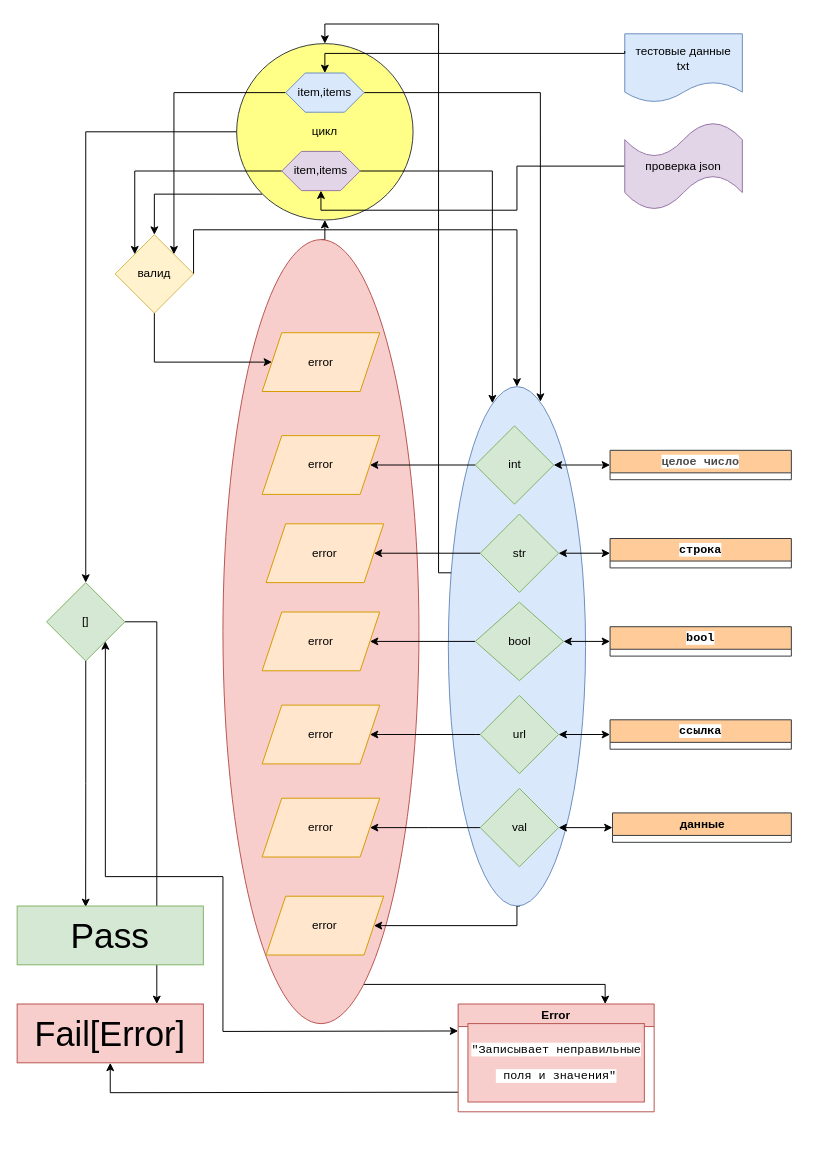
Before: Practika15/practika15_2.drawio in KonstantinS007/PythonProject, a draw.io diagram. Source tidied: cells renumbered, new cells numbered last; positions are measured from the earlier drawing's top-left corner, leaving out a move shared by most shapes. Both pictures are drawn from the tidied source at 98%, with x=0, y=0 at pixel (17, 24).
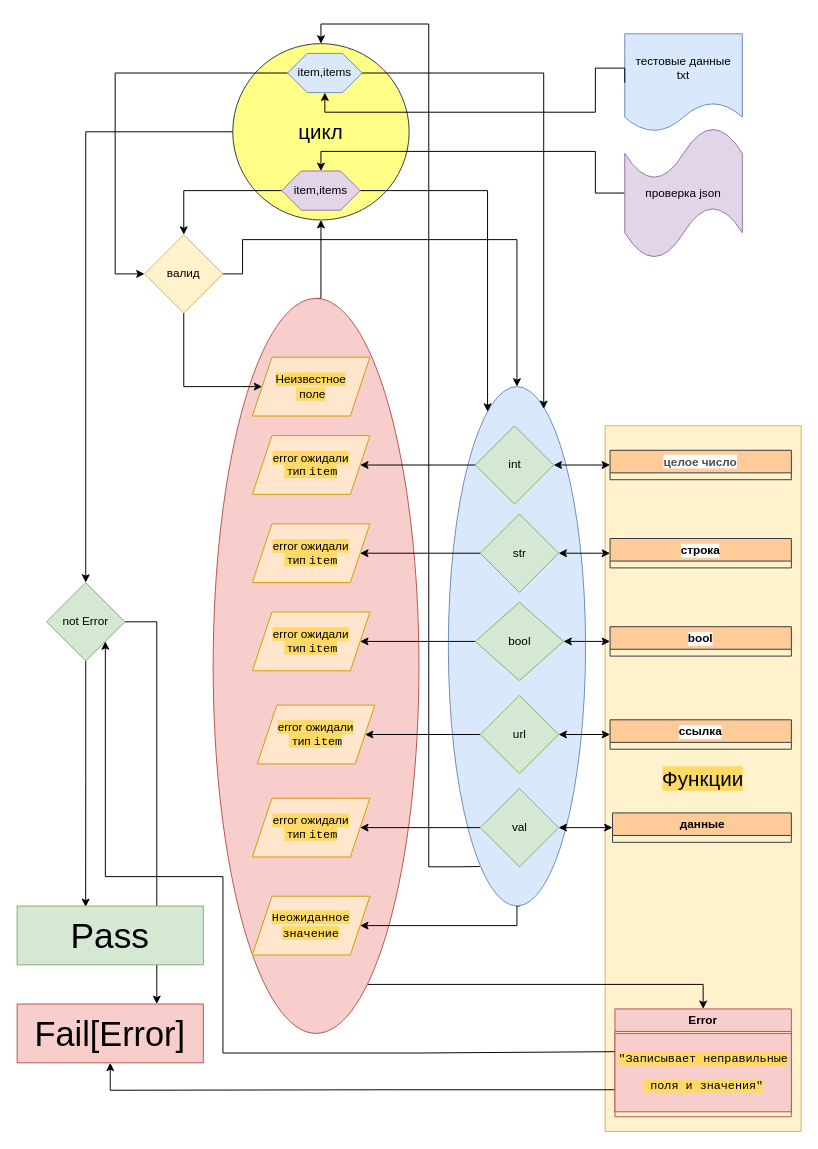
After the change.

The change refers to these unchanged cells:
```xml
<mxCell id="6" style="ellipse;whiteSpace=wrap;html=1;fillColor=#dae8fc;strokeColor=#6c8ebf;" parent="1" vertex="1">
  <mxGeometry x="440" y="370" width="140" height="530" as="geometry" />
</mxCell>
<mxCell id="31" value="&lt;font style=&quot;font-size: 35px;&quot;&gt;Fail[Error]&lt;/font&gt;" style="rounded=0;whiteSpace=wrap;html=1;fillColor=#f8cecc;strokeColor=#b85450;" parent="1" vertex="1">
  <mxGeometry y="1000" width="190" height="60" as="geometry" />
</mxCell>
```

Diff of the diagram source:
```diff
@@
+    <mxCell id="62" value="Функции" style="rounded=0;whiteSpace=wrap;html=1;labelBackgroundColor=#FFD966;fontFamily=Helvetica;fontSize=21;fillColor=#fff2cc;strokeColor=#d6b656;" parent="1" vertex="1">
+      <mxGeometry x="600" y="410" width="200" height="720" as="geometry" />
+    </mxCell>
-    <mxCell id="2" style="edgeStyle=orthogonalEdgeStyle;rounded=0;jettySize=auto;html=1;entryX=0.75;entryY=0;entryDx=0;entryDy=0;" parent="1" edge="1" source="4" target="47">
+    <mxCell id="2" style="edgeStyle=orthogonalEdgeStyle;rounded=0;jettySize=auto;html=1;entryX=0.5;entryY=0;entryDx=0;entryDy=0;" parent="1" edge="1" source="4" target="47">
       <mxGeometry relative="1" as="geometry">
         <Array as="points">
-          <mxPoint x="600" y="980" />
+          <mxPoint x="700" y="980" />
         </Array>
       </mxGeometry>
     </mxCell>
     <mxCell id="3" style="edgeStyle=orthogonalEdgeStyle;rounded=0;jettySize=auto;html=1;exitX=0.5;exitY=0;exitDx=0;exitDy=0;entryX=0.5;entryY=1;entryDx=0;entryDy=0;" parent="1" edge="1" source="4" target="25">
-      <mxGeometry relative="1" as="geometry" />
+      <mxGeometry relative="1" as="geometry">
+        <Array as="points">
+          <mxPoint x="310" y="280" />
+        </Array>
+      </mxGeometry>
     </mxCell>
     <mxCell id="4" style="ellipse;whiteSpace=wrap;html=1;fillColor=#f8cecc;strokeColor=#b85450;" parent="1" vertex="1">
-      <mxGeometry x="210" y="220" width="200" height="800" as="geometry" />
+      <mxGeometry x="200" y="280" width="210" height="750" as="geometry" />
     </mxCell>
@@
-    <mxCell id="7" style="edgeStyle=orthogonalEdgeStyle;rounded=0;jettySize=auto;html=1;entryX=0.5;entryY=0;entryDx=0;entryDy=0;" parent="1" edge="1" source="6" target="25">
-      <mxGeometry relative="1" as="geometry">
-        <Array as="points">
-          <mxPoint x="430" y="560" />
-          <mxPoint x="430" />
-          <mxPoint x="314" />
-        </Array>
-      </mxGeometry>
-    </mxCell>
     <mxCell id="8" value="тестовые данные&lt;br&gt;txt" style="shape=document;whiteSpace=wrap;html=1;boundedLbl=1;fillColor=#dae8fc;strokeColor=#6c8ebf;" parent="1" vertex="1">
-      <mxGeometry x="620" y="10" width="120" height="70" as="geometry" />
+      <mxGeometry x="620" y="10" width="120" height="100" as="geometry" />
     </mxCell>
     <mxCell id="9" style="edgeStyle=orthogonalEdgeStyle;rounded=0;jettySize=auto;html=1;exitX=0.5;exitY=1;exitDx=0;exitDy=0;entryX=0;entryY=0.5;entryDx=0;entryDy=0;" parent="1" edge="1" source="11" target="26">
       <mxGeometry relative="1" as="geometry">
         <Array as="points">
-          <mxPoint x="140" y="345" />
+          <mxPoint x="170" y="370" />
         </Array>
       </mxGeometry>
     </mxCell>
     <mxCell id="10" style="edgeStyle=orthogonalEdgeStyle;rounded=0;jettySize=auto;html=1;exitX=1;exitY=0.5;exitDx=0;exitDy=0;entryX=0.5;entryY=0;entryDx=0;entryDy=0;" parent="1" edge="1" source="11" target="6">
       <mxGeometry relative="1" as="geometry">
         <Array as="points">
-          <mxPoint x="294" y="210" />
-          <mxPoint x="710" y="210" />
+          <mxPoint x="230" y="255" />
+          <mxPoint x="230" y="220" />
+          <mxPoint x="510" y="220" />
         </Array>
       </mxGeometry>
     </mxCell>
     <mxCell id="11" value="валид" style="rhombus;whiteSpace=wrap;html=1;fillColor=#fff2cc;strokeColor=#d6b656;" parent="1" vertex="1">
-      <mxGeometry x="100" y="215" width="80" height="80" as="geometry" />
+      <mxGeometry x="130" y="215" width="80" height="80" as="geometry" />
     </mxCell>
@@
-    <mxCell id="20" value="error" style="shape=parallelogram;perimeter=parallelogramPerimeter;whiteSpace=wrap;html=1;fixedSize=1;fillColor=#ffe6cc;strokeColor=#d79b00;" parent="1" vertex="1">
-      <mxGeometry x="254" y="510" width="120" height="60" as="geometry" />
+    <mxCell id="20" value="&lt;span style=&quot;background-color: rgb(255, 217, 102);&quot;&gt;error&amp;nbsp;ожидали&lt;br style=&quot;border-color: var(--border-color);&quot;&gt;&amp;nbsp;тип&amp;nbsp;&lt;span style=&quot;border-color: var(--border-color); font-family: &amp;quot;JetBrains Mono&amp;quot;, monospace;&quot;&gt;item&lt;/span&gt;&lt;/span&gt;" style="shape=parallelogram;perimeter=parallelogramPerimeter;whiteSpace=wrap;html=1;fixedSize=1;fillColor=#ffe6cc;strokeColor=#d79b00;" parent="1" vertex="1">
+      <mxGeometry x="240" y="510" width="120" height="60" as="geometry" />
     </mxCell>
-    <mxCell id="21" value="error" style="shape=parallelogram;perimeter=parallelogramPerimeter;whiteSpace=wrap;html=1;fixedSize=1;fillColor=#ffe6cc;strokeColor=#d79b00;" parent="1" vertex="1">
-      <mxGeometry x="250" y="695" width="120" height="60" as="geometry" />
+    <mxCell id="21" value="&lt;span style=&quot;background-color: rgb(255, 217, 102);&quot;&gt;error&amp;nbsp;ожидали&lt;br style=&quot;border-color: var(--border-color);&quot;&gt;&amp;nbsp;тип&amp;nbsp;&lt;span style=&quot;border-color: var(--border-color); font-family: &amp;quot;JetBrains Mono&amp;quot;, monospace;&quot;&gt;item&lt;/span&gt;&lt;/span&gt;" style="shape=parallelogram;perimeter=parallelogramPerimeter;whiteSpace=wrap;html=1;fixedSize=1;fillColor=#ffe6cc;strokeColor=#d79b00;" parent="1" vertex="1">
+      <mxGeometry x="245" y="695" width="120" height="60" as="geometry" />
     </mxCell>
-    <mxCell id="22" value="error" style="shape=parallelogram;perimeter=parallelogramPerimeter;whiteSpace=wrap;html=1;fixedSize=1;fillColor=#ffe6cc;strokeColor=#d79b00;" parent="1" vertex="1">
-      <mxGeometry x="250" y="790" width="120" height="60" as="geometry" />
+    <mxCell id="22" value="&lt;span style=&quot;background-color: rgb(255, 217, 102);&quot;&gt;error&amp;nbsp;ожидали&lt;br style=&quot;border-color: var(--border-color);&quot;&gt;&amp;nbsp;тип&amp;nbsp;&lt;span style=&quot;border-color: var(--border-color); font-family: &amp;quot;JetBrains Mono&amp;quot;, monospace;&quot;&gt;item&lt;/span&gt;&lt;/span&gt;" style="shape=parallelogram;perimeter=parallelogramPerimeter;whiteSpace=wrap;html=1;fixedSize=1;fillColor=#ffe6cc;strokeColor=#d79b00;" parent="1" vertex="1">
+      <mxGeometry x="240" y="790" width="120" height="60" as="geometry" />
     </mxCell>
@@
-    <mxCell id="24" style="edgeStyle=orthogonalEdgeStyle;rounded=0;jettySize=auto;html=1;exitX=0;exitY=1;exitDx=0;exitDy=0;entryX=0.5;entryY=0;entryDx=0;entryDy=0;" parent="1" edge="1" source="25" target="11">
-      <mxGeometry relative="1" as="geometry" />
-    </mxCell>
-    <mxCell id="25" value="цикл" style="ellipse;whiteSpace=wrap;html=1;fillColor=#ffff88;strokeColor=#36393d;" parent="1" vertex="1">
-      <mxGeometry x="224" y="20" width="180" height="180" as="geometry" />
+    <mxCell id="25" value="&lt;font style=&quot;font-size: 21px;&quot;&gt;цикл&lt;/font&gt;" style="ellipse;whiteSpace=wrap;html=1;fillColor=#ffff88;strokeColor=#36393d;" parent="1" vertex="1">
+      <mxGeometry x="220" y="20" width="180" height="180" as="geometry" />
     </mxCell>
-    <mxCell id="26" value="error" style="shape=parallelogram;perimeter=parallelogramPerimeter;whiteSpace=wrap;html=1;fixedSize=1;fillColor=#ffe6cc;strokeColor=#d79b00;" parent="1" vertex="1">
-      <mxGeometry x="250" y="315" width="120" height="60" as="geometry" />
+    <mxCell id="26" value="&lt;span style=&quot;background-color: rgb(255, 217, 102);&quot;&gt;Неизвестное&lt;br&gt;&amp;nbsp;поле&lt;/span&gt;" style="shape=parallelogram;perimeter=parallelogramPerimeter;whiteSpace=wrap;html=1;fixedSize=1;fillColor=#ffe6cc;strokeColor=#d79b00;" parent="1" vertex="1">
+      <mxGeometry x="240" y="340" width="120" height="60" as="geometry" />
     </mxCell>
@@
-    <mxCell id="29" value="[]" style="rhombus;whiteSpace=wrap;html=1;fillColor=#d5e8d4;strokeColor=#82b366;" parent="1" vertex="1">
+    <mxCell id="29" value="not Error" style="rhombus;whiteSpace=wrap;html=1;fillColor=#d5e8d4;strokeColor=#82b366;" parent="1" vertex="1">
       <mxGeometry x="30" y="570" width="80" height="80" as="geometry" />
     </mxCell>
@@
-    <mxCell id="32" style="edgeStyle=orthogonalEdgeStyle;rounded=0;jettySize=auto;html=1;exitX=0;exitY=0.5;exitDx=0;exitDy=0;exitPerimeter=0;entryX=0.5;entryY=1;entryDx=0;entryDy=0;" parent="1" edge="1" source="33" target="40">
+    <mxCell id="32" style="edgeStyle=orthogonalEdgeStyle;rounded=0;jettySize=auto;html=1;exitX=0;exitY=0.5;exitDx=0;exitDy=0;exitPerimeter=0;entryX=0.5;entryY=0;entryDx=0;entryDy=0;" parent="1" edge="1" source="33" target="40">
       <mxGeometry relative="1" as="geometry">
         <Array as="points">
-          <mxPoint x="510" y="145" />
-          <mxPoint x="510" y="190" />
-          <mxPoint x="310" y="190" />
+          <mxPoint x="590" y="173" />
+          <mxPoint x="590" y="130" />
+          <mxPoint x="310" y="130" />
         </Array>
       </mxGeometry>
     </mxCell>
     <mxCell id="33" value="проверка json" style="shape=tape;whiteSpace=wrap;html=1;fillColor=#e1d5e7;strokeColor=#9673a6;" parent="1" vertex="1">
-      <mxGeometry x="620" y="100" width="120" height="90" as="geometry" />
+      <mxGeometry x="620" y="105" width="120" height="135" as="geometry" />
     </mxCell>
-    <mxCell id="34" value="error" style="shape=parallelogram;perimeter=parallelogramPerimeter;whiteSpace=wrap;html=1;fixedSize=1;fillColor=#ffe6cc;strokeColor=#d79b00;" parent="1" vertex="1">
-      <mxGeometry x="254" y="890" width="120" height="60" as="geometry" />
+    <mxCell id="34" value="&lt;span style=&quot;background-color: rgb(255, 217, 102);&quot;&gt;&lt;span style=&quot;font-family: &amp;quot;JetBrains Mono&amp;quot;, monospace;&quot;&gt;Неожиданное значение&lt;/span&gt;&lt;/span&gt;" style="shape=parallelogram;perimeter=parallelogramPerimeter;whiteSpace=wrap;html=1;fixedSize=1;fillColor=#ffe6cc;strokeColor=#d79b00;" parent="1" vertex="1">
+      <mxGeometry x="240" y="890" width="120" height="60" as="geometry" />
     </mxCell>
-    <mxCell id="35" style="edgeStyle=orthogonalEdgeStyle;rounded=0;jettySize=auto;html=1;exitX=0;exitY=0.5;exitDx=0;exitDy=0;entryX=1;entryY=0;entryDx=0;entryDy=0;" parent="1" edge="1" source="37" target="11">
-      <mxGeometry relative="1" as="geometry" />
+    <mxCell id="35" style="edgeStyle=orthogonalEdgeStyle;rounded=0;jettySize=auto;html=1;exitX=0;exitY=0.5;exitDx=0;exitDy=0;entryX=0;entryY=0.5;entryDx=0;entryDy=0;" parent="1" edge="1" source="37" target="11">
+      <mxGeometry relative="1" as="geometry">
+        <Array as="points">
+          <mxPoint x="100" y="50" />
+          <mxPoint x="100" y="255" />
+        </Array>
+      </mxGeometry>
     </mxCell>
-    <mxCell id="36" style="edgeStyle=orthogonalEdgeStyle;rounded=0;jettySize=auto;html=1;exitX=1;exitY=0.5;exitDx=0;exitDy=0;entryX=0.671;entryY=0.029;entryDx=0;entryDy=0;entryPerimeter=0;" parent="1" edge="1" source="37" target="6">
+    <mxCell id="36" style="edgeStyle=orthogonalEdgeStyle;rounded=0;jettySize=auto;html=1;exitX=1;exitY=0.5;exitDx=0;exitDy=0;entryX=0.695;entryY=0.043;entryDx=0;entryDy=0;entryPerimeter=0;fontFamily=Helvetica;fontSize=21;fontColor=#000000;" parent="1" edge="1" source="37" target="6">
       <mxGeometry relative="1" as="geometry">
         <Array as="points">
-          <mxPoint x="534" y="70" />
+          <mxPoint x="537" y="50" />
         </Array>
       </mxGeometry>
     </mxCell>
     <mxCell id="37" value="item,items" style="shape=hexagon;perimeter=hexagonPerimeter2;whiteSpace=wrap;html=1;fixedSize=1;fillColor=#dae8fc;strokeColor=#6c8ebf;" parent="1" vertex="1">
-      <mxGeometry x="274" y="50" width="80" height="40" as="geometry" />
+      <mxGeometry x="276" y="30" width="76" height="40" as="geometry" />
     </mxCell>
-    <mxCell id="38" style="edgeStyle=orthogonalEdgeStyle;rounded=0;jettySize=auto;html=1;exitX=0;exitY=0.5;exitDx=0;exitDy=0;entryX=0;entryY=0;entryDx=0;entryDy=0;" parent="1" edge="1" source="40" target="11">
+    <mxCell id="38" style="edgeStyle=orthogonalEdgeStyle;rounded=0;jettySize=auto;html=1;exitX=0;exitY=0.5;exitDx=0;exitDy=0;entryX=0.5;entryY=0;entryDx=0;entryDy=0;" parent="1" edge="1" source="40" target="11">
       <mxGeometry relative="1" as="geometry">
         <Array as="points">
-          <mxPoint x="120" y="150" />
+          <mxPoint x="170" y="170" />
         </Array>
       </mxGeometry>
     </mxCell>
-    <mxCell id="39" style="edgeStyle=orthogonalEdgeStyle;rounded=0;jettySize=auto;html=1;exitX=1;exitY=0.5;exitDx=0;exitDy=0;entryX=0.321;entryY=0.032;entryDx=0;entryDy=0;entryPerimeter=0;" parent="1" edge="1" source="40" target="6">
+    <mxCell id="39" style="edgeStyle=orthogonalEdgeStyle;rounded=0;jettySize=auto;html=1;exitX=1;exitY=0.5;exitDx=0;exitDy=0;fontFamily=Helvetica;fontSize=35;fontColor=#000000;" parent="1" edge="1" source="40" target="6">
       <mxGeometry relative="1" as="geometry">
         <Array as="points">
-          <mxPoint x="485" y="150" />
+          <mxPoint x="480" y="170" />
         </Array>
       </mxGeometry>
     </mxCell>
     <mxCell id="40" value="item,items" style="shape=hexagon;perimeter=hexagonPerimeter2;whiteSpace=wrap;html=1;fixedSize=1;fillColor=#e1d5e7;strokeColor=#9673a6;" parent="1" vertex="1">
-      <mxGeometry x="270" y="130" width="80" height="40" as="geometry" />
+      <mxGeometry x="270" y="150" width="80" height="40" as="geometry" />
     </mxCell>
@@
-    <mxCell id="44" value="error" style="shape=parallelogram;perimeter=parallelogramPerimeter;whiteSpace=wrap;html=1;fixedSize=1;fillColor=#ffe6cc;strokeColor=#d79b00;" parent="1" vertex="1">
-      <mxGeometry x="250" y="600" width="120" height="60" as="geometry" />
+    <mxCell id="44" value="&lt;span style=&quot;background-color: rgb(255, 217, 102);&quot;&gt;error&amp;nbsp;ожидали&lt;br style=&quot;border-color: var(--border-color);&quot;&gt;&amp;nbsp;тип&amp;nbsp;&lt;span style=&quot;border-color: var(--border-color); font-family: &amp;quot;JetBrains Mono&amp;quot;, monospace;&quot;&gt;item&lt;/span&gt;&lt;/span&gt;" style="shape=parallelogram;perimeter=parallelogramPerimeter;whiteSpace=wrap;html=1;fixedSize=1;fillColor=#ffe6cc;strokeColor=#d79b00;" parent="1" vertex="1">
+      <mxGeometry x="240" y="600" width="120" height="60" as="geometry" />
     </mxCell>
-    <mxCell id="45" value="error" style="shape=parallelogram;perimeter=parallelogramPerimeter;whiteSpace=wrap;html=1;fixedSize=1;fillColor=#ffe6cc;strokeColor=#d79b00;" parent="1" vertex="1">
-      <mxGeometry x="250" y="420" width="120" height="60" as="geometry" />
+    <mxCell id="45" value="&lt;span style=&quot;background-color: rgb(255, 217, 102);&quot;&gt;error&amp;nbsp;ожидали&lt;br style=&quot;border-color: var(--border-color);&quot;&gt;&amp;nbsp;тип&amp;nbsp;&lt;span style=&quot;border-color: var(--border-color); font-family: &amp;quot;JetBrains Mono&amp;quot;, monospace;&quot;&gt;item&lt;/span&gt;&lt;/span&gt;" style="shape=parallelogram;perimeter=parallelogramPerimeter;whiteSpace=wrap;html=1;fixedSize=1;fillColor=#ffe6cc;strokeColor=#d79b00;" parent="1" vertex="1">
+      <mxGeometry x="240" y="420" width="120" height="60" as="geometry" />
     </mxCell>
-    <mxCell id="46" style="edgeStyle=orthogonalEdgeStyle;rounded=0;jettySize=auto;html=1;" parent="1" edge="1" target="31">
+    <mxCell id="46" style="edgeStyle=orthogonalEdgeStyle;rounded=0;jettySize=auto;html=1;exitX=0;exitY=0.75;exitDx=0;exitDy=0;" parent="1" edge="1" source="47" target="31">
       <mxGeometry relative="1" as="geometry">
-        <mxPoint x="450" y="1090" as="sourcePoint" />
+        <Array as="points">
+          <mxPoint x="390" y="1088" />
+          <mxPoint x="95" y="1088" />
+        </Array>
       </mxGeometry>
     </mxCell>
     <mxCell id="47" value="Error" style="swimlane;whiteSpace=wrap;html=1;fillColor=#f8cecc;strokeColor=#b85450;" parent="1" vertex="1">
-      <mxGeometry x="450" y="1000" width="200" height="110" as="geometry" />
+      <mxGeometry x="610" y="1005" width="180" height="110" as="geometry" />
     </mxCell>
+    <mxCell id="61" value="&lt;div style=&quot;font-family: &amp;quot;JetBrains Mono&amp;quot;, monospace;&quot;&gt;&lt;pre style=&quot;&quot;&gt;&lt;span style=&quot;background-color: rgb(255, 217, 102);&quot;&gt;&quot;Записывает неправильные&lt;/span&gt;&lt;/pre&gt;&lt;pre style=&quot;&quot;&gt;&lt;span style=&quot;background-color: rgb(255, 217, 102);&quot;&gt; поля и значения&quot;&lt;/span&gt;&lt;/pre&gt;&lt;/div&gt;" style="text;html=1;align=center;verticalAlign=middle;points=[];strokeColor=#b85450;fillColor=#f8cecc;" parent="47" vertex="1">
+      <mxGeometry y="25" width="180" height="80" as="geometry" />
+    </mxCell>
@@
-    <mxCell id="50" value="&lt;div style=&quot;font-family: &amp;quot;JetBrains Mono&amp;quot;, monospace;&quot;&gt;&lt;pre style=&quot;&quot;&gt;&lt;span style=&quot;background-color: rgb(255, 255, 255);&quot;&gt;ссылка&lt;/span&gt;&lt;/pre&gt;&lt;/div&gt;" style="swimlane;whiteSpace=wrap;html=1;fillColor=#ffcc99;strokeColor=#36393d;startSize=23;" parent="1" vertex="1" collapsed="1">
+    <mxCell id="50" value="&lt;div style=&quot;&quot;&gt;&lt;pre style=&quot;&quot;&gt;&lt;span style=&quot;background-color: rgb(255, 255, 255);&quot;&gt;&lt;font face=&quot;Helvetica&quot;&gt;ссылка&lt;/font&gt;&lt;/span&gt;&lt;/pre&gt;&lt;/div&gt;" style="swimlane;whiteSpace=wrap;html=1;fillColor=#ffcc99;strokeColor=#36393d;startSize=23;" parent="1" vertex="1" collapsed="1">
       <mxGeometry x="605" y="710" width="185" height="30" as="geometry" />
     </mxCell>
-    <mxCell id="51" value="&lt;div style=&quot;font-family: &amp;quot;JetBrains Mono&amp;quot;, monospace;&quot;&gt;&lt;pre style=&quot;&quot;&gt;&lt;span style=&quot;background-color: rgb(255, 255, 255);&quot;&gt;bool&lt;/span&gt;&lt;/pre&gt;&lt;/div&gt;" style="swimlane;whiteSpace=wrap;html=1;fillColor=#ffcc99;strokeColor=#36393d;" parent="1" vertex="1" collapsed="1">
+    <mxCell id="51" value="&lt;div style=&quot;&quot;&gt;&lt;pre style=&quot;&quot;&gt;&lt;span style=&quot;background-color: rgb(255, 255, 255);&quot;&gt;&lt;font face=&quot;Helvetica&quot;&gt;bool&lt;/font&gt;&lt;/span&gt;&lt;/pre&gt;&lt;/div&gt;" style="swimlane;whiteSpace=wrap;html=1;fillColor=#ffcc99;strokeColor=#36393d;" parent="1" vertex="1" collapsed="1">
       <mxGeometry x="605" y="615" width="185" height="30" as="geometry" />
     </mxCell>
-    <mxCell id="52" value="&lt;div style=&quot;font-family: &amp;quot;JetBrains Mono&amp;quot;, monospace;&quot;&gt;&lt;pre style=&quot;&quot;&gt;&lt;span style=&quot;background-color: rgb(255, 255, 255);&quot;&gt;строка&lt;/span&gt;&lt;/pre&gt;&lt;/div&gt;" style="swimlane;whiteSpace=wrap;html=1;fillColor=#ffcc99;strokeColor=#36393d;" parent="1" vertex="1" collapsed="1">
+    <mxCell id="52" value="&lt;div style=&quot;&quot;&gt;&lt;pre style=&quot;&quot;&gt;&lt;span style=&quot;background-color: rgb(255, 255, 255);&quot;&gt;&lt;font face=&quot;Helvetica&quot;&gt;строка&lt;/font&gt;&lt;/span&gt;&lt;/pre&gt;&lt;/div&gt;" style="swimlane;whiteSpace=wrap;html=1;fillColor=#ffcc99;strokeColor=#36393d;" parent="1" vertex="1" collapsed="1">
       <mxGeometry x="605" y="525" width="185" height="30" as="geometry" />
     </mxCell>
-    <mxCell id="53" value="&lt;div style=&quot;font-family: &amp;quot;JetBrains Mono&amp;quot;, monospace;&quot;&gt;&lt;pre style=&quot;&quot;&gt;&lt;font style=&quot;background-color: rgb(255, 255, 255);&quot; color=&quot;#4d4d4d&quot;&gt;целое число&lt;/font&gt;&lt;/pre&gt;&lt;/div&gt;" style="swimlane;whiteSpace=wrap;html=1;fillColor=#ffcc99;strokeColor=#36393d;" parent="1" vertex="1" collapsed="1">
+    <mxCell id="53" value="&lt;div style=&quot;&quot;&gt;&lt;pre style=&quot;&quot;&gt;&lt;font face=&quot;Helvetica&quot; style=&quot;background-color: rgb(255, 255, 255);&quot; color=&quot;#4d4d4d&quot;&gt;целое число&lt;/font&gt;&lt;/pre&gt;&lt;/div&gt;" style="swimlane;whiteSpace=wrap;html=1;fillColor=#ffcc99;strokeColor=#36393d;startSize=23;" parent="1" vertex="1" collapsed="1">
       <mxGeometry x="605" y="435" width="185" height="30" as="geometry" />
     </mxCell>
@@
+    <mxCell id="7" style="endArrow=classic;html=1;rounded=0;fontFamily=Helvetica;fontSize=35;fontColor=#000000;entryX=0.5;entryY=0;entryDx=0;entryDy=0;exitX=0.23;exitY=0.924;exitDx=0;exitDy=0;exitPerimeter=0;" parent="1" edge="1" source="6" target="25">
+      <mxGeometry relative="1" as="geometry">
+        <Array as="points">
+          <mxPoint x="450" y="860" />
+          <mxPoint x="420" y="860" />
+          <mxPoint x="420" y="390" />
+          <mxPoint x="420" y="200" />
+          <mxPoint x="420" />
+          <mxPoint x="310" />
+        </Array>
+      </mxGeometry>
+    </mxCell>
-    <mxCell id="59" style="edgeStyle=orthogonalEdgeStyle;rounded=0;jettySize=auto;html=1;entryX=0.5;entryY=0;entryDx=0;entryDy=0;exitX=0;exitY=0.25;exitDx=0;exitDy=0;" parent="1" edge="1" source="8" target="37">
+    <mxCell id="59" style="edgeStyle=orthogonalEdgeStyle;rounded=0;jettySize=auto;html=1;entryX=0.5;entryY=1;entryDx=0;entryDy=0;fontFamily=Helvetica;fontSize=35;fontColor=#000000;exitX=0;exitY=0.5;exitDx=0;exitDy=0;" parent="1" edge="1" source="8" target="37">
       <mxGeometry relative="1" as="geometry">
         <Array as="points">
-          <mxPoint x="620" y="30" />
-          <mxPoint x="314" y="30" />
+          <mxPoint x="590" y="45" />
+          <mxPoint x="590" y="90" />
+          <mxPoint x="314" y="90" />
         </Array>
       </mxGeometry>
     </mxCell>
-    <mxCell id="60" style="endArrow=classic;startArrow=classic;html=1;rounded=0;exitX=1;exitY=1;exitDx=0;exitDy=0;entryX=0;entryY=0.25;entryDx=0;entryDy=0;" parent="1" edge="1" source="29" target="47">
-      <mxGeometry relative="1" as="geometry">
-        <Array as="points">
-          <mxPoint x="90" y="870" />
-          <mxPoint x="210" y="870" />
-          <mxPoint x="210" y="1028" />
-        </Array>
-      </mxGeometry>
-    </mxCell>
-    <mxCell id="61" value="&lt;div style=&quot;font-family: &amp;quot;JetBrains Mono&amp;quot;, monospace;&quot;&gt;&lt;pre style=&quot;&quot;&gt;&lt;span style=&quot;background-color: rgb(255, 255, 255);&quot;&gt;&quot;Записывает неправильные&lt;/span&gt;&lt;/pre&gt;&lt;pre style=&quot;&quot;&gt;&lt;span style=&quot;background-color: rgb(255, 255, 255);&quot;&gt; поля и значения&quot;&lt;/span&gt;&lt;/pre&gt;&lt;/div&gt;" style="text;html=1;align=center;verticalAlign=middle;points=[];strokeColor=#b85450;fillColor=#f8cecc;" parent="1" vertex="1">
-      <mxGeometry x="460" y="1020" width="180" height="80" as="geometry" />
-    </mxCell>
+    <mxCell id="63" style="endArrow=classic;html=1;rounded=0;fontFamily=Helvetica;fontSize=21;fontColor=#000000;exitX=-0.003;exitY=0.233;exitDx=0;exitDy=0;entryX=1;entryY=1;entryDx=0;entryDy=0;exitPerimeter=0;" parent="1" edge="1" source="61" target="29">
+      <mxGeometry relative="1" as="geometry">
+        <Array as="points">
+          <mxPoint x="410" y="1050" />
+          <mxPoint x="210" y="1050" />
+          <mxPoint x="210" y="950" />
+          <mxPoint x="210" y="870" />
+          <mxPoint x="90" y="870" />
+        </Array>
+      </mxGeometry>
+    </mxCell>
```
